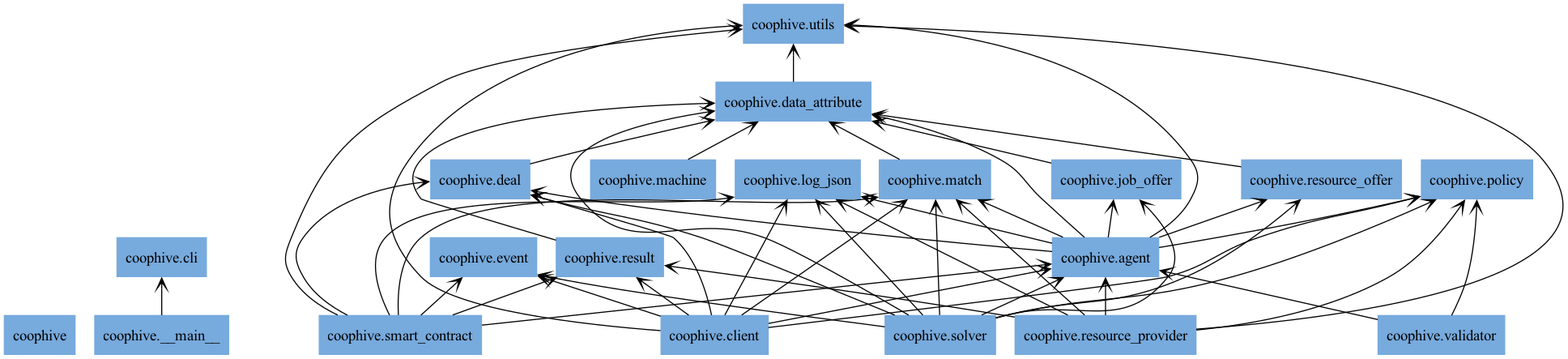
Earlier version of the Graphviz export docs/img/packages_coophive.png (CoopHive/Apiary). Its source is kept beside it as docs/img/packages_coophive.dot.
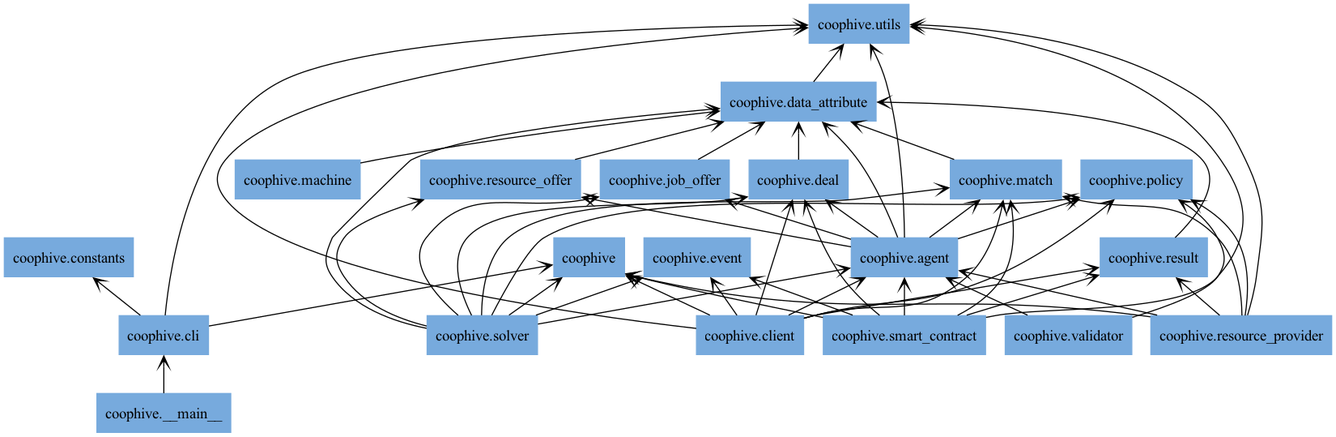
The same diagram one commit later.

Commit message:
docs: agent logging

Diff of the diagram source:
```diff
@@ -6,11 +6,11 @@
 "coophive.agent" [color="#77AADD", label=<coophive.agent>, shape="box", style="filled"];
 "coophive.cli" [color="#77AADD", label=<coophive.cli>, shape="box", style="filled"];
 "coophive.client" [color="#77AADD", label=<coophive.client>, shape="box", style="filled"];
+"coophive.constants" [color="#77AADD", label=<coophive.constants>, shape="box", style="filled"];
 "coophive.data_attribute" [color="#77AADD", label=<coophive.data_attribute>, shape="box", style="filled"];
 "coophive.deal" [color="#77AADD", label=<coophive.deal>, shape="box", style="filled"];
 "coophive.event" [color="#77AADD", label=<coophive.event>, shape="box", style="filled"];
 "coophive.job_offer" [color="#77AADD", label=<coophive.job_offer>, shape="box", style="filled"];
-"coophive.log_json" [color="#77AADD", label=<coophive.log_json>, shape="box", style="filled"];
 "coophive.machine" [color="#77AADD", label=<coophive.machine>, shape="box", style="filled"];
 "coophive.match" [color="#77AADD", label=<coophive.match>, shape="box", style="filled"];
 "coophive.policy" [color="#77AADD", label=<coophive.policy>, shape="box", style="filled"];
@@ -25,15 +25,17 @@
 "coophive.agent" -> "coophive.data_attribute" [arrowhead="open", arrowtail="none"];
 "coophive.agent" -> "coophive.deal" [arrowhead="open", arrowtail="none"];
 "coophive.agent" -> "coophive.job_offer" [arrowhead="open", arrowtail="none"];
-"coophive.agent" -> "coophive.log_json" [arrowhead="open", arrowtail="none"];
 "coophive.agent" -> "coophive.match" [arrowhead="open", arrowtail="none"];
 "coophive.agent" -> "coophive.policy" [arrowhead="open", arrowtail="none"];
 "coophive.agent" -> "coophive.resource_offer" [arrowhead="open", arrowtail="none"];
 "coophive.agent" -> "coophive.utils" [arrowhead="open", arrowtail="none"];
+"coophive.cli" -> "coophive" [arrowhead="open", arrowtail="none"];
+"coophive.cli" -> "coophive.constants" [arrowhead="open", arrowtail="none"];
+"coophive.cli" -> "coophive.utils" [arrowhead="open", arrowtail="none"];
+"coophive.client" -> "coophive" [arrowhead="open", arrowtail="none"];
 "coophive.client" -> "coophive.agent" [arrowhead="open", arrowtail="none"];
 "coophive.client" -> "coophive.deal" [arrowhead="open", arrowtail="none"];
 "coophive.client" -> "coophive.event" [arrowhead="open", arrowtail="none"];
-"coophive.client" -> "coophive.log_json" [arrowhead="open", arrowtail="none"];
 "coophive.client" -> "coophive.match" [arrowhead="open", arrowtail="none"];
 "coophive.client" -> "coophive.policy" [arrowhead="open", arrowtail="none"];
 "coophive.client" -> "coophive.result" [arrowhead="open", arrowtail="none"];
@@ -44,26 +46,26 @@
 "coophive.machine" -> "coophive.data_attribute" [arrowhead="open", arrowtail="none"];
 "coophive.match" -> "coophive.data_attribute" [arrowhead="open", arrowtail="none"];
 "coophive.resource_offer" -> "coophive.data_attribute" [arrowhead="open", arrowtail="none"];
+"coophive.resource_provider" -> "coophive" [arrowhead="open", arrowtail="none"];
 "coophive.resource_provider" -> "coophive.agent" [arrowhead="open", arrowtail="none"];
-"coophive.resource_provider" -> "coophive.log_json" [arrowhead="open", arrowtail="none"];
 "coophive.resource_provider" -> "coophive.match" [arrowhead="open", arrowtail="none"];
 "coophive.resource_provider" -> "coophive.policy" [arrowhead="open", arrowtail="none"];
 "coophive.resource_provider" -> "coophive.result" [arrowhead="open", arrowtail="none"];
 "coophive.resource_provider" -> "coophive.utils" [arrowhead="open", arrowtail="none"];
 "coophive.result" -> "coophive.data_attribute" [arrowhead="open", arrowtail="none"];
+"coophive.smart_contract" -> "coophive" [arrowhead="open", arrowtail="none"];
 "coophive.smart_contract" -> "coophive.agent" [arrowhead="open", arrowtail="none"];
 "coophive.smart_contract" -> "coophive.deal" [arrowhead="open", arrowtail="none"];
 "coophive.smart_contract" -> "coophive.event" [arrowhead="open", arrowtail="none"];
-"coophive.smart_contract" -> "coophive.log_json" [arrowhead="open", arrowtail="none"];
 "coophive.smart_contract" -> "coophive.match" [arrowhead="open", arrowtail="none"];
 "coophive.smart_contract" -> "coophive.result" [arrowhead="open", arrowtail="none"];
 "coophive.smart_contract" -> "coophive.utils" [arrowhead="open", arrowtail="none"];
+"coophive.solver" -> "coophive" [arrowhead="open", arrowtail="none"];
 "coophive.solver" -> "coophive.agent" [arrowhead="open", arrowtail="none"];
 "coophive.solver" -> "coophive.data_attribute" [arrowhead="open", arrowtail="none"];
 "coophive.solver" -> "coophive.deal" [arrowhead="open", arrowtail="none"];
 "coophive.solver" -> "coophive.event" [arrowhead="open", arrowtail="none"];
 "coophive.solver" -> "coophive.job_offer" [arrowhead="open", arrowtail="none"];
-"coophive.solver" -> "coophive.log_json" [arrowhead="open", arrowtail="none"];
 "coophive.solver" -> "coophive.match" [arrowhead="open", arrowtail="none"];
 "coophive.solver" -> "coophive.policy" [arrowhead="open", arrowtail="none"];
 "coophive.solver" -> "coophive.resource_offer" [arrowhead="open", arrowtail="none"];
```
